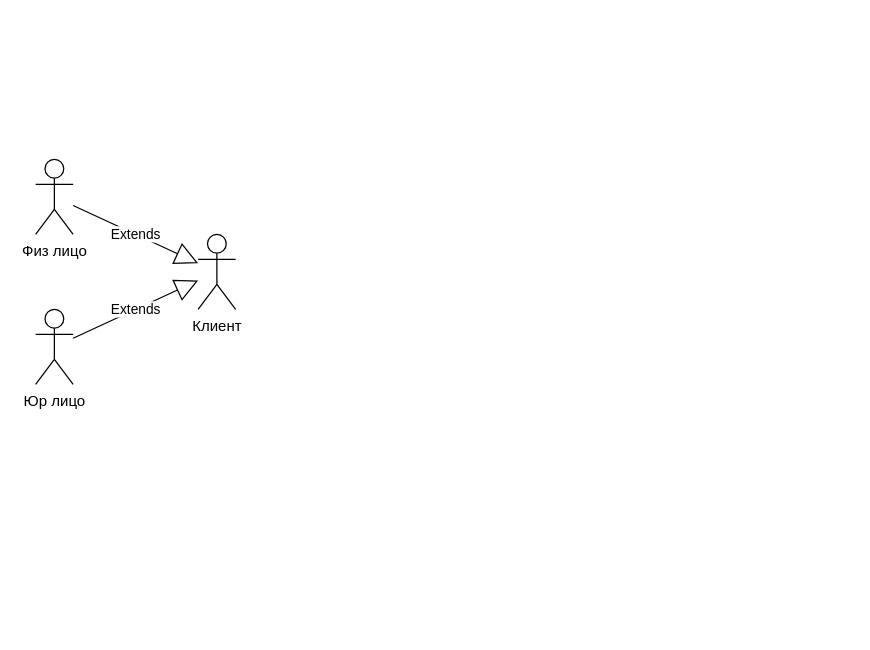
The draw.io diagram Untitled Diagram.drawio in ReLLoMine/drawio, before the edit. Source tidied: cells renumbered, new cells numbered last; positions are measured from the earlier drawing's top-left corner, leaving out a move shared by most shapes. Both pictures are drawn from the tidied source at 125%, with x=0, y=0 at pixel (35, 159).
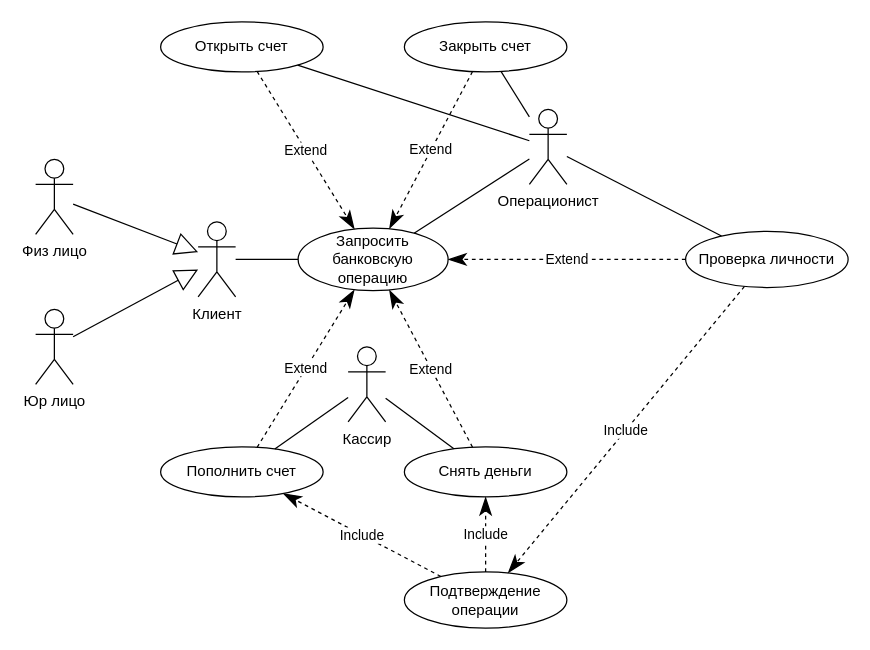
Above is the later version.

Unchanged cells that the change refers to:
```xml
<mxCell id="3" value="Физ лицо" style="shape=umlActor;verticalLabelPosition=bottom;verticalAlign=top;html=1;outlineConnect=0;" parent="1" vertex="1">
  <mxGeometry width="30" height="60" as="geometry" />
</mxCell>
<mxCell id="4" value="Юр лицо" style="shape=umlActor;verticalLabelPosition=bottom;verticalAlign=top;html=1;outlineConnect=0;" parent="1" vertex="1">
  <mxGeometry y="120" width="30" height="60" as="geometry" />
</mxCell>
```

Change to the diagram source:
```diff
@@
     <mxCell id="2" value="Клиент" style="shape=umlActor;verticalLabelPosition=bottom;verticalAlign=top;html=1;outlineConnect=0;" parent="1" vertex="1">
-      <mxGeometry x="130" y="60" width="30" height="60" as="geometry" />
+      <mxGeometry x="130" y="50" width="30" height="60" as="geometry" />
     </mxCell>
@@
+    <mxCell id="7" value="Открыть счет" style="ellipse;whiteSpace=wrap;html=1;" parent="1" vertex="1">
+      <mxGeometry x="100" y="-110" width="130" height="40" as="geometry" />
+    </mxCell>
+    <mxCell id="8" value="Снять деньги" style="ellipse;whiteSpace=wrap;html=1;" parent="1" vertex="1">
+      <mxGeometry x="295" y="230" width="130" height="40" as="geometry" />
+    </mxCell>
+    <mxCell id="9" value="Операционист" style="shape=umlActor;verticalLabelPosition=bottom;verticalAlign=top;html=1;" parent="1" vertex="1">
+      <mxGeometry x="395" y="-40" width="30" height="60" as="geometry" />
+    </mxCell>
+    <mxCell id="10" value="Пополнить счет" style="ellipse;whiteSpace=wrap;html=1;" parent="1" vertex="1">
+      <mxGeometry x="100" y="230" width="130" height="40" as="geometry" />
+    </mxCell>
+    <mxCell id="11" value="Закрыть счет" style="ellipse;whiteSpace=wrap;html=1;" parent="1" vertex="1">
+      <mxGeometry x="295" y="-110" width="130" height="40" as="geometry" />
+    </mxCell>
+    <mxCell id="12" value="Кассир&lt;br&gt;" style="shape=umlActor;verticalLabelPosition=bottom;verticalAlign=top;html=1;" parent="1" vertex="1">
+      <mxGeometry x="250" y="150" width="30" height="60" as="geometry" />
+    </mxCell>
+    <mxCell id="13" value="Запросить банковскую операцию" style="ellipse;whiteSpace=wrap;html=1;" parent="1" vertex="1">
+      <mxGeometry x="210" y="55" width="120" height="50" as="geometry" />
+    </mxCell>
+    <mxCell id="14" style="endArrow=none;html=1;rounded=0;entryX=0;entryY=0.5;entryDx=0;entryDy=0;" parent="1" edge="1" source="2" target="13">
+      <mxGeometry relative="1" as="geometry" />
+    </mxCell>
+    <mxCell id="15" style="endArrow=none;html=1;rounded=0;" parent="1" edge="1" source="11" target="9">
+      <mxGeometry relative="1" as="geometry" />
+    </mxCell>
+    <mxCell id="16" style="endArrow=none;html=1;rounded=0;" parent="1" edge="1" source="13" target="9">
+      <mxGeometry relative="1" as="geometry" />
+    </mxCell>
+    <mxCell id="17" style="endArrow=none;html=1;rounded=0;" parent="1" edge="1" source="10" target="12">
+      <mxGeometry relative="1" as="geometry" />
+    </mxCell>
+    <mxCell id="18" style="endArrow=none;html=1;rounded=0;" parent="1" edge="1" source="8" target="12">
+      <mxGeometry relative="1" as="geometry" />
+    </mxCell>
+    <mxCell id="19" style="endArrow=none;html=1;rounded=0;" parent="1" edge="1" source="7" target="9">
+      <mxGeometry relative="1" as="geometry" />
+    </mxCell>
+    <mxCell id="20" value="Проверка личности" style="ellipse;whiteSpace=wrap;html=1;" parent="1" vertex="1">
+      <mxGeometry x="520" y="57.5" width="130" height="45" as="geometry" />
+    </mxCell>
+    <mxCell id="21" value="Подтверждение операции" style="ellipse;whiteSpace=wrap;html=1;" parent="1" vertex="1">
+      <mxGeometry x="295" y="330" width="130" height="45" as="geometry" />
+    </mxCell>
+    <mxCell id="22" value="Extend" style="endArrow=classicThin;endSize=12;dashed=1;html=1;rounded=0;endFill=1;entryX=1;entryY=0.5;entryDx=0;entryDy=0;" parent="1" edge="1" source="20" target="13">
+      <mxGeometry relative="1" as="geometry" />
+    </mxCell>
+    <mxCell id="23" value="Include" style="endArrow=classicThin;endSize=12;dashed=1;html=1;rounded=0;endFill=1;" parent="1" edge="1" source="20" target="21">
+      <mxGeometry relative="1" as="geometry" />
+    </mxCell>
+    <mxCell id="24" value="Extend" style="endArrow=classicThin;endSize=12;dashed=1;html=1;rounded=0;endFill=1;" parent="1" edge="1" source="7" target="13">
+      <mxGeometry relative="1" as="geometry" />
+    </mxCell>
+    <mxCell id="25" value="Extend" style="endArrow=classicThin;endSize=12;dashed=1;html=1;rounded=0;endFill=1;" parent="1" edge="1" source="10" target="13">
+      <mxGeometry relative="1" as="geometry" />
+    </mxCell>
+    <mxCell id="26" value="Extend" style="endArrow=classicThin;endSize=12;dashed=1;html=1;rounded=0;endFill=1;" parent="1" edge="1" source="8" target="13">
+      <mxGeometry relative="1" as="geometry" />
+    </mxCell>
+    <mxCell id="27" value="Extend" style="endArrow=classicThin;endSize=12;dashed=1;html=1;rounded=0;endFill=1;" parent="1" edge="1" source="11" target="13">
+      <mxGeometry relative="1" as="geometry" />
+    </mxCell>
+    <mxCell id="28" style="endArrow=none;html=1;rounded=0;" parent="1" edge="1" source="9" target="20">
+      <mxGeometry x="0.48" y="110" relative="1" as="geometry" />
+    </mxCell>
+    <mxCell id="29" value="Include" style="endArrow=classicThin;endSize=12;dashed=1;html=1;rounded=0;endFill=1;" parent="1" edge="1" source="21" target="8">
+      <mxGeometry relative="1" as="geometry" />
+    </mxCell>
+    <mxCell id="30" value="Include" style="endArrow=classicThin;endSize=12;dashed=1;html=1;rounded=0;endFill=1;" parent="1" edge="1" source="21" target="10">
+      <mxGeometry relative="1" as="geometry" />
+    </mxCell>
-    <mxCell id="5" value="Extends" style="endArrow=block;endSize=16;endFill=0;html=1;rounded=0;" parent="1" edge="1" source="4" target="2">
+    <mxCell id="5" style="endArrow=block;endSize=16;endFill=0;html=1;rounded=0;" parent="1" edge="1" source="4" target="2">
       <mxGeometry relative="1" as="geometry" />
     </mxCell>
-    <mxCell id="6" value="Extends" style="endArrow=block;endSize=16;endFill=0;html=1;rounded=0;" parent="1" edge="1" source="3" target="2">
+    <mxCell id="6" style="endArrow=block;endSize=16;endFill=0;html=1;rounded=0;" parent="1" edge="1" source="3" target="2">
       <mxGeometry relative="1" as="geometry" />
     </mxCell>
```
